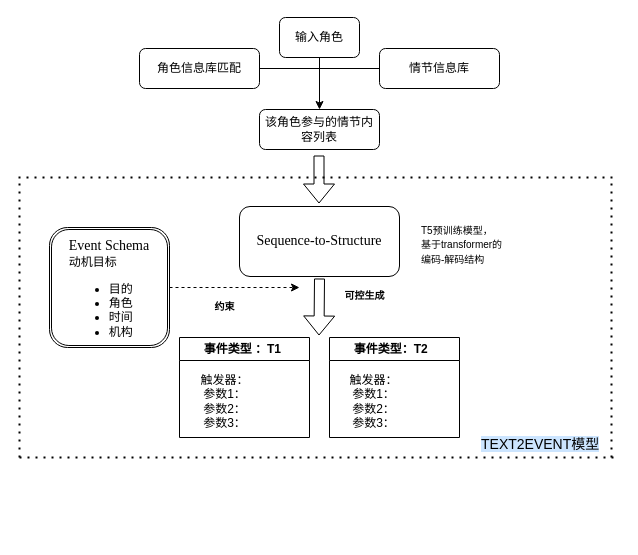
Earlier version of the draw.io diagram 动机目标维度.drawio (Luoxun1989/work-graph). Source tidied: cells renumbered, new cells numbered last; positions are measured from the earlier drawing's top-left corner, leaving out a move shared by most shapes. Both pictures are drawn from the tidied source at 100%, with x=0, y=0 at pixel (18, 17).
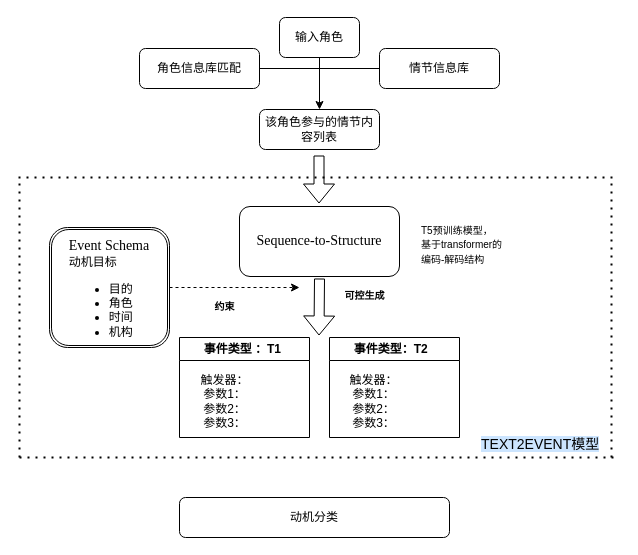
Above is the later version.

Commit message:
更新动机目标维度.drawio

Diff of the diagram source:
```diff
@@
+    <mxCell id="25" value="动机分类" style="rounded=1;whiteSpace=wrap;html=1;fontSize=12;glass=0;strokeWidth=1;shadow=0;" parent="1" vertex="1">
+      <mxGeometry x="161" y="480" width="270" height="40" as="geometry" />
+    </mxCell>
```
